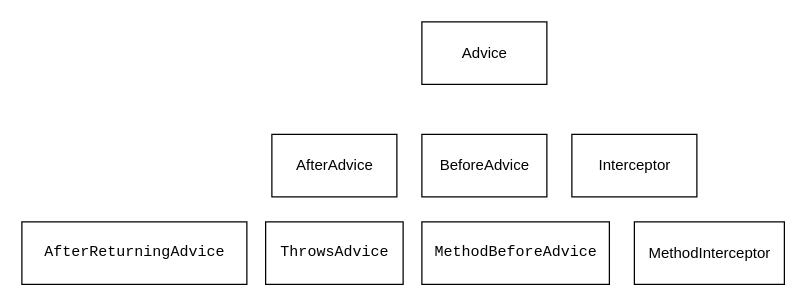
This is spring-aop/aop继承关系图.drawio from erlieStar/diagrams, a draw.io file, before an edit. Source tidied: cells renumbered, new cells numbered last; positions are measured from the earlier drawing's top-left corner, leaving out a move shared by most shapes. Both pictures are drawn from the tidied source at 125%, with x=0, y=0 at pixel (21, 21).
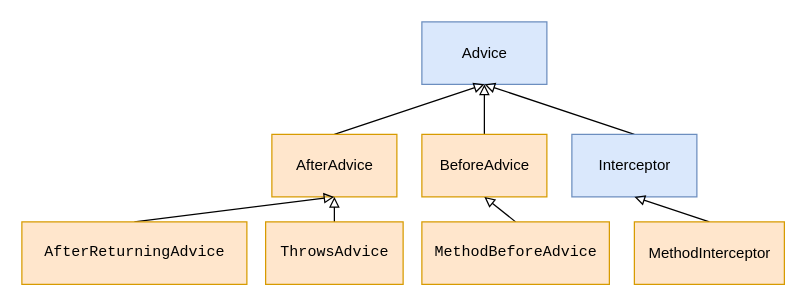
Above is the later version.

Commit message (it also covers changes not shown here):
Update aop继承关系图.drawio

Change to the diagram source:
```diff
@@
 <mxGraphModel>
   <root>
     <mxCell id="0" />
     <mxCell id="1" parent="0" />
-    <mxCell id="2" value="Advice" style="html=1;" parent="1" vertex="1">
+    <mxCell id="2" value="Advice" style="html=1;fillColor=#dae8fc;strokeColor=#6c8ebf;" parent="1" vertex="1">
       <mxGeometry x="320" width="100" height="50" as="geometry" />
     </mxCell>
+    <mxCell id="10" style="rounded=0;jettySize=auto;html=1;exitX=0.5;exitY=0;exitDx=0;exitDy=0;entryX=0.5;entryY=1;entryDx=0;entryDy=0;endArrow=block;endFill=0;" parent="1" edge="1" source="3" target="2">
+      <mxGeometry relative="1" as="geometry" />
+    </mxCell>
-    <mxCell id="3" value="AfterAdvice" style="html=1;" parent="1" vertex="1">
+    <mxCell id="3" value="AfterAdvice" style="html=1;fillColor=#ffe6cc;strokeColor=#d79b00;" parent="1" vertex="1">
       <mxGeometry x="200" y="90" width="100" height="50" as="geometry" />
     </mxCell>
+    <mxCell id="11" style="edgeStyle=none;rounded=0;jettySize=auto;html=1;exitX=0.5;exitY=0;exitDx=0;exitDy=0;endArrow=block;endFill=0;" parent="1" edge="1" source="4" target="2">
+      <mxGeometry relative="1" as="geometry" />
+    </mxCell>
-    <mxCell id="4" value="BeforeAdvice" style="html=1;" parent="1" vertex="1">
+    <mxCell id="4" value="BeforeAdvice" style="html=1;fillColor=#ffe6cc;strokeColor=#d79b00;" parent="1" vertex="1">
       <mxGeometry x="320" y="90" width="100" height="50" as="geometry" />
     </mxCell>
+    <mxCell id="12" style="edgeStyle=none;rounded=0;jettySize=auto;html=1;exitX=0.5;exitY=0;exitDx=0;exitDy=0;entryX=0.5;entryY=1;entryDx=0;entryDy=0;endArrow=block;endFill=0;" parent="1" edge="1" source="5" target="2">
+      <mxGeometry relative="1" as="geometry" />
+    </mxCell>
-    <mxCell id="5" value="Interceptor" style="html=1;" parent="1" vertex="1">
+    <mxCell id="5" value="Interceptor" style="html=1;fillColor=#dae8fc;strokeColor=#6c8ebf;" parent="1" vertex="1">
       <mxGeometry x="440" y="90" width="100" height="50" as="geometry" />
     </mxCell>
+    <mxCell id="13" style="edgeStyle=none;rounded=0;jettySize=auto;html=1;exitX=0.5;exitY=0;exitDx=0;exitDy=0;entryX=0.5;entryY=1;entryDx=0;entryDy=0;endArrow=block;endFill=0;" parent="1" edge="1" source="6" target="5">
+      <mxGeometry relative="1" as="geometry" />
+    </mxCell>
-    <mxCell id="6" value="MethodInterceptor" style="html=1;" parent="1" vertex="1">
+    <mxCell id="6" value="MethodInterceptor" style="html=1;fillColor=#ffe6cc;strokeColor=#d79b00;" parent="1" vertex="1">
       <mxGeometry x="490" y="160" width="120" height="50" as="geometry" />
     </mxCell>
+    <mxCell id="14" style="edgeStyle=none;rounded=0;jettySize=auto;html=1;exitX=0.5;exitY=0;exitDx=0;exitDy=0;entryX=0.5;entryY=1;entryDx=0;entryDy=0;endArrow=block;endFill=0;" parent="1" edge="1" source="7" target="3">
+      <mxGeometry relative="1" as="geometry" />
+    </mxCell>
-    <mxCell id="7" value="&lt;pre&gt;AfterReturningAdvice&lt;/pre&gt;" style="html=1;" parent="1" vertex="1">
+    <mxCell id="7" value="&lt;pre&gt;AfterReturningAdvice&lt;/pre&gt;" style="html=1;fillColor=#ffe6cc;strokeColor=#d79b00;" parent="1" vertex="1">
       <mxGeometry y="160" width="180" height="50" as="geometry" />
     </mxCell>
+    <mxCell id="15" style="edgeStyle=none;rounded=0;jettySize=auto;html=1;exitX=0.5;exitY=0;exitDx=0;exitDy=0;entryX=0.5;entryY=1;entryDx=0;entryDy=0;endArrow=block;endFill=0;" parent="1" edge="1" source="8" target="3">
+      <mxGeometry relative="1" as="geometry" />
+    </mxCell>
-    <mxCell id="8" value="&lt;pre&gt;&lt;pre&gt;ThrowsAdvice&lt;/pre&gt;&lt;/pre&gt;" style="html=1;" parent="1" vertex="1">
+    <mxCell id="8" value="&lt;pre&gt;&lt;pre&gt;ThrowsAdvice&lt;/pre&gt;&lt;/pre&gt;" style="html=1;fillColor=#ffe6cc;strokeColor=#d79b00;" parent="1" vertex="1">
       <mxGeometry x="195" y="160" width="110" height="50" as="geometry" />
     </mxCell>
+    <mxCell id="16" style="edgeStyle=none;rounded=0;jettySize=auto;html=1;exitX=0.5;exitY=0;exitDx=0;exitDy=0;entryX=0.5;entryY=1;entryDx=0;entryDy=0;endArrow=block;endFill=0;" parent="1" edge="1" source="9" target="4">
+      <mxGeometry relative="1" as="geometry" />
+    </mxCell>
-    <mxCell id="9" value="&lt;pre&gt;&lt;pre&gt;&lt;pre&gt;MethodBeforeAdvice&lt;/pre&gt;&lt;/pre&gt;&lt;/pre&gt;" style="html=1;" parent="1" vertex="1">
+    <mxCell id="9" value="&lt;pre&gt;&lt;pre&gt;&lt;pre&gt;MethodBeforeAdvice&lt;/pre&gt;&lt;/pre&gt;&lt;/pre&gt;" style="html=1;fillColor=#ffe6cc;strokeColor=#d79b00;" parent="1" vertex="1">
       <mxGeometry x="320" y="160" width="150" height="50" as="geometry" />
     </mxCell>
   </root>
 </mxGraphModel>
```
